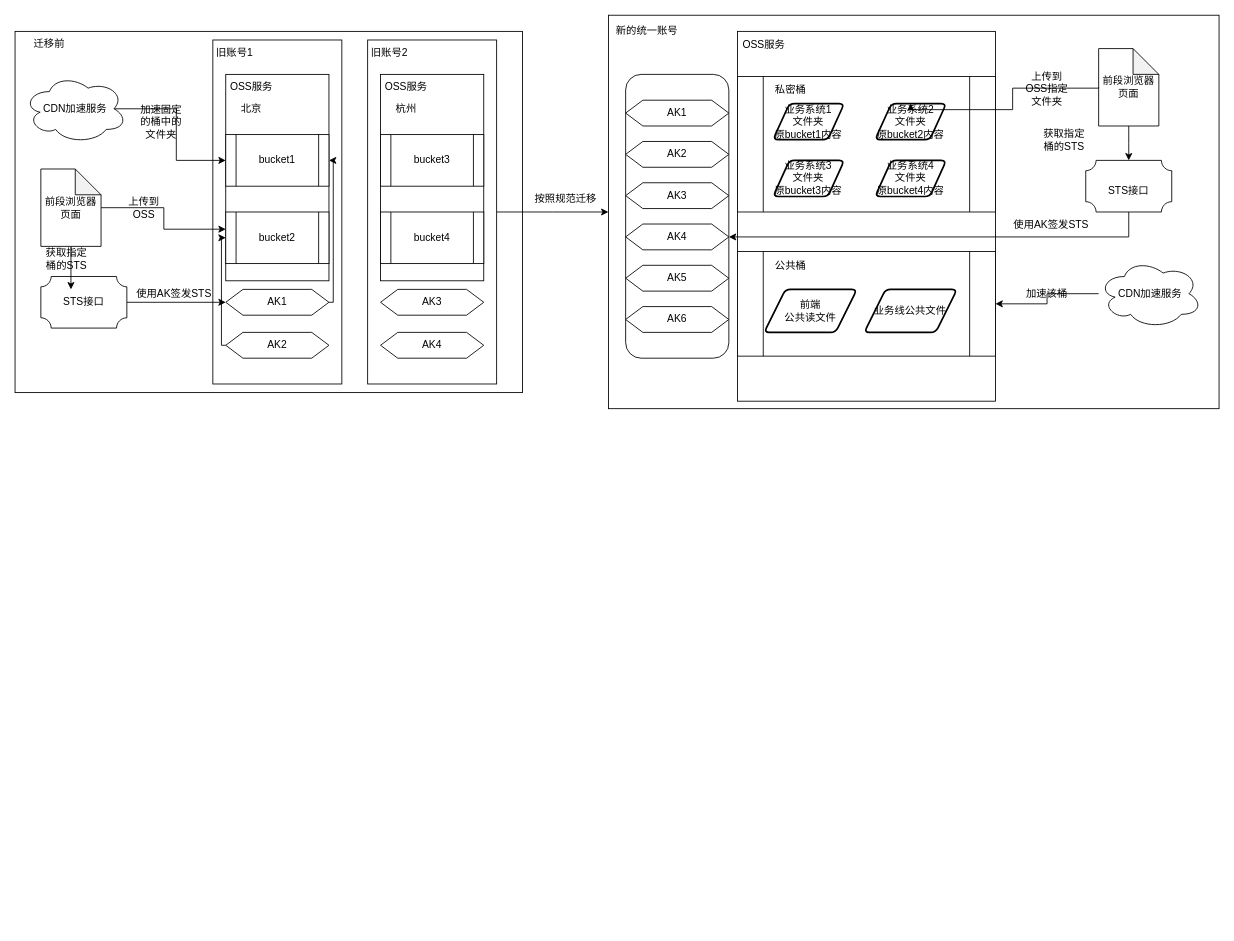
Before: 桶迁移方案.drawio in Rain-ziyu/img, a draw.io diagram. Source tidied: cells renumbered, new cells numbered last; positions are measured from the earlier drawing's top-left corner, leaving out a move shared by most shapes. Both pictures are drawn from the tidied source at 86%, with x=0, y=0 at pixel (15, 15).
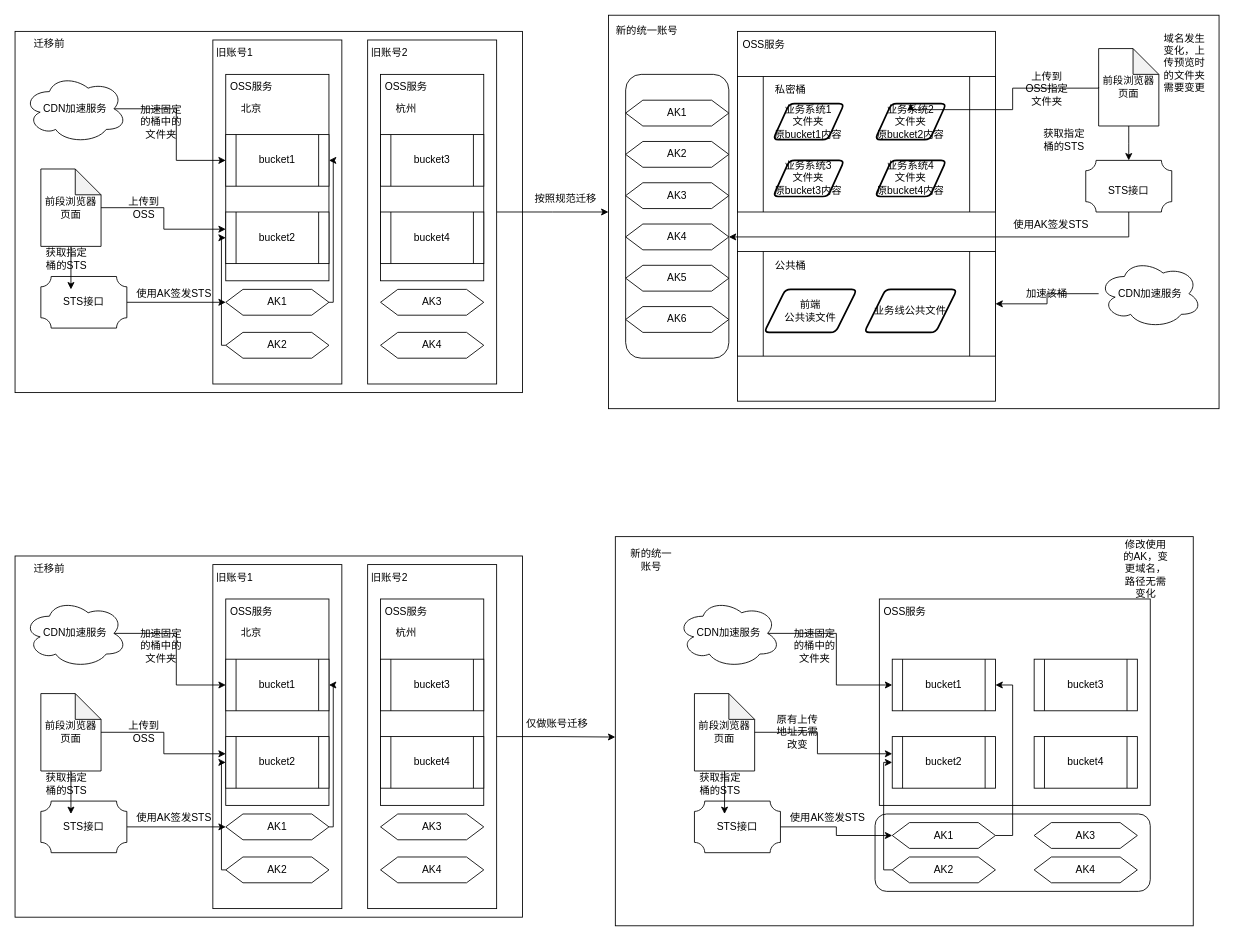
After the change.

Commit message (it also covers changes not shown here):
更新桶迁移方案.drawio

Change to the diagram source:
```diff
@@
+    <mxCell id="72" style="rounded=0;whiteSpace=wrap;html=1;" parent="1" vertex="1">
+      <mxGeometry y="629" width="590" height="420" as="geometry" />
+    </mxCell>
+    <mxCell id="73" style="rounded=0;whiteSpace=wrap;html=1;" parent="1" vertex="1">
+      <mxGeometry x="410" y="639" width="150" height="400" as="geometry" />
+    </mxCell>
+    <mxCell id="74" value="旧账号2" style="text;html=1;align=center;verticalAlign=middle;strokeColor=none;fillColor=none;" parent="1" vertex="1">
+      <mxGeometry x="400" y="639" width="70" height="30" as="geometry" />
+    </mxCell>
+    <mxCell id="75" style="rounded=0;whiteSpace=wrap;html=1;" parent="1" vertex="1">
+      <mxGeometry x="425" y="679" width="120" height="240" as="geometry" />
+    </mxCell>
+    <mxCell id="76" value="OSS服务" style="text;html=1;align=center;verticalAlign=middle;whiteSpace=wrap;rounded=0;" parent="1" vertex="1">
+      <mxGeometry x="425" y="679" width="60" height="30" as="geometry" />
+    </mxCell>
+    <mxCell id="77" value="bucket3" style="shape=process;whiteSpace=wrap;html=1;backgroundOutline=1;" parent="1" vertex="1">
+      <mxGeometry x="425" y="749" width="120" height="60" as="geometry" />
+    </mxCell>
+    <mxCell id="78" value="bucket4" style="shape=process;whiteSpace=wrap;html=1;backgroundOutline=1;" parent="1" vertex="1">
+      <mxGeometry x="425" y="839" width="120" height="60" as="geometry" />
+    </mxCell>
+    <mxCell id="79" style="rounded=0;whiteSpace=wrap;html=1;" parent="1" vertex="1">
+      <mxGeometry x="230" y="639" width="150" height="400" as="geometry" />
+    </mxCell>
+    <mxCell id="80" value="旧账号1" style="text;html=1;align=center;verticalAlign=middle;strokeColor=none;fillColor=none;" parent="1" vertex="1">
+      <mxGeometry x="220" y="639" width="70" height="30" as="geometry" />
+    </mxCell>
+    <mxCell id="81" style="rounded=0;whiteSpace=wrap;html=1;" parent="1" vertex="1">
+      <mxGeometry x="245" y="679" width="120" height="240" as="geometry" />
+    </mxCell>
+    <mxCell id="82" value="OSS服务" style="text;html=1;align=center;verticalAlign=middle;whiteSpace=wrap;rounded=0;" parent="1" vertex="1">
+      <mxGeometry x="245" y="679" width="60" height="30" as="geometry" />
+    </mxCell>
+    <mxCell id="83" value="bucket1" style="shape=process;whiteSpace=wrap;html=1;backgroundOutline=1;" parent="1" vertex="1">
+      <mxGeometry x="245" y="749" width="120" height="60" as="geometry" />
+    </mxCell>
+    <mxCell id="84" value="bucket2" style="shape=process;whiteSpace=wrap;html=1;backgroundOutline=1;" parent="1" vertex="1">
+      <mxGeometry x="245" y="839" width="120" height="60" as="geometry" />
+    </mxCell>
+    <mxCell id="85" value="迁移前" style="text;html=1;align=center;verticalAlign=middle;whiteSpace=wrap;rounded=0;" parent="1" vertex="1">
+      <mxGeometry x="10" y="629" width="60" height="30" as="geometry" />
+    </mxCell>
+    <mxCell id="86" style="edgeStyle=orthogonalEdgeStyle;rounded=0;jettySize=auto;html=1;exitX=0.875;exitY=0.5;exitDx=0;exitDy=0;exitPerimeter=0;" parent="1" edge="1" source="96" target="83">
+      <mxGeometry relative="1" as="geometry" />
+    </mxCell>
+    <mxCell id="87" value="加速固定的桶中的文件夹" style="text;html=1;align=center;verticalAlign=middle;whiteSpace=wrap;rounded=0;" parent="1" vertex="1">
+      <mxGeometry x="140" y="719" width="60" height="30" as="geometry" />
+    </mxCell>
+    <mxCell id="88" value="杭州" style="text;html=1;align=center;verticalAlign=middle;whiteSpace=wrap;rounded=0;" parent="1" vertex="1">
+      <mxGeometry x="425" y="704" width="60" height="30" as="geometry" />
+    </mxCell>
+    <mxCell id="89" value="北京" style="text;html=1;align=center;verticalAlign=middle;whiteSpace=wrap;rounded=0;" parent="1" vertex="1">
+      <mxGeometry x="245" y="704" width="60" height="30" as="geometry" />
+    </mxCell>
+    <mxCell id="90" style="edgeStyle=orthogonalEdgeStyle;rounded=0;jettySize=auto;html=1;" parent="1" edge="1" source="91" target="83">
+      <mxGeometry relative="1" as="geometry">
+        <Array as="points">
+          <mxPoint x="370" y="944" />
+          <mxPoint x="370" y="779" />
+        </Array>
+      </mxGeometry>
+    </mxCell>
+    <mxCell id="91" value="AK1" style="shape=hexagon;perimeter=hexagonPerimeter2;whiteSpace=wrap;html=1;fixedSize=1;" parent="1" vertex="1">
+      <mxGeometry x="245" y="929" width="120" height="30" as="geometry" />
+    </mxCell>
+    <mxCell id="92" value="AK4" style="shape=hexagon;perimeter=hexagonPerimeter2;whiteSpace=wrap;html=1;fixedSize=1;" parent="1" vertex="1">
+      <mxGeometry x="425" y="979" width="120" height="30" as="geometry" />
+    </mxCell>
+    <mxCell id="93" value="AK3" style="shape=hexagon;perimeter=hexagonPerimeter2;whiteSpace=wrap;html=1;fixedSize=1;" parent="1" vertex="1">
+      <mxGeometry x="425" y="929" width="120" height="30" as="geometry" />
+    </mxCell>
+    <mxCell id="94" style="edgeStyle=orthogonalEdgeStyle;rounded=0;jettySize=auto;html=1;entryX=0;entryY=0.5;entryDx=0;entryDy=0;" parent="1" edge="1" source="95" target="84">
+      <mxGeometry relative="1" as="geometry">
+        <Array as="points">
+          <mxPoint x="240" y="994" />
+          <mxPoint x="240" y="869" />
+        </Array>
+      </mxGeometry>
+    </mxCell>
+    <mxCell id="95" value="AK2" style="shape=hexagon;perimeter=hexagonPerimeter2;whiteSpace=wrap;html=1;fixedSize=1;" parent="1" vertex="1">
+      <mxGeometry x="245" y="979" width="120" height="30" as="geometry" />
+    </mxCell>
+    <mxCell id="96" value="CDN加速服务" style="ellipse;shape=cloud;whiteSpace=wrap;html=1;" parent="1" vertex="1">
+      <mxGeometry x="10" y="679" width="120" height="80" as="geometry" />
+    </mxCell>
+    <mxCell id="97" style="edgeStyle=orthogonalEdgeStyle;rounded=0;jettySize=auto;html=1;" parent="1" edge="1" source="98" target="91">
+      <mxGeometry relative="1" as="geometry" />
+    </mxCell>
+    <mxCell id="98" style="verticalLabelPosition=bottom;verticalAlign=top;html=1;shape=mxgraph.basic.plaque;dx=6;whiteSpace=wrap;" parent="1" vertex="1">
+      <mxGeometry x="30" y="914" width="100" height="60" as="geometry" />
+    </mxCell>
+    <mxCell id="99" value="STS接口" style="text;html=1;align=center;verticalAlign=middle;whiteSpace=wrap;rounded=0;" parent="1" vertex="1">
+      <mxGeometry x="50" y="929" width="60" height="30" as="geometry" />
+    </mxCell>
+    <mxCell id="100" value="使用AK签发STS" style="text;html=1;align=center;verticalAlign=middle;whiteSpace=wrap;rounded=0;" parent="1" vertex="1">
+      <mxGeometry x="140" y="919" width="90" height="30" as="geometry" />
+    </mxCell>
+    <mxCell id="101" style="edgeStyle=orthogonalEdgeStyle;rounded=0;jettySize=auto;html=1;entryX=0.25;entryY=0;entryDx=0;entryDy=0;" parent="1" edge="1" source="102" target="99">
+      <mxGeometry relative="1" as="geometry" />
+    </mxCell>
+    <mxCell id="102" value="前段浏览器页面" style="shape=note;whiteSpace=wrap;html=1;backgroundOutline=1;darkOpacity=0.05;" parent="1" vertex="1">
+      <mxGeometry x="30" y="789" width="70" height="90" as="geometry" />
+    </mxCell>
+    <mxCell id="103" value="&lt;div&gt;获取指定桶的STS&lt;/div&gt;" style="text;html=1;align=center;verticalAlign=middle;whiteSpace=wrap;rounded=0;" parent="1" vertex="1">
+      <mxGeometry x="30" y="879" width="60" height="30" as="geometry" />
+    </mxCell>
+    <mxCell id="104" style="edgeStyle=orthogonalEdgeStyle;rounded=0;jettySize=auto;html=1;" parent="1" edge="1" source="102" target="84">
+      <mxGeometry relative="1" as="geometry">
+        <Array as="points">
+          <mxPoint x="173" y="834" />
+          <mxPoint x="173" y="859" />
+        </Array>
+      </mxGeometry>
+    </mxCell>
+    <mxCell id="105" value="上传到OSS" style="text;html=1;align=center;verticalAlign=middle;whiteSpace=wrap;rounded=0;" parent="1" vertex="1">
+      <mxGeometry x="120" y="819" width="60" height="30" as="geometry" />
+    </mxCell>
+    <mxCell id="106" style="rounded=0;whiteSpace=wrap;html=1;" parent="1" vertex="1">
+      <mxGeometry x="698" y="606.5" width="672" height="452.5" as="geometry" />
+    </mxCell>
+    <mxCell id="107" style="rounded=1;whiteSpace=wrap;html=1;" parent="1" vertex="1">
+      <mxGeometry x="1000" y="929" width="320" height="90" as="geometry" />
+    </mxCell>
+    <mxCell id="108" style="edgeStyle=orthogonalEdgeStyle;rounded=0;jettySize=auto;html=1;entryX=0;entryY=0.515;entryDx=0;entryDy=0;entryPerimeter=0;" parent="1" edge="1" source="73" target="106">
+      <mxGeometry relative="1" as="geometry" />
+    </mxCell>
+    <mxCell id="109" style="rounded=0;whiteSpace=wrap;html=1;" parent="1" vertex="1">
+      <mxGeometry x="1005" y="679" width="315" height="240" as="geometry" />
+    </mxCell>
+    <mxCell id="110" value="bucket3" style="shape=process;whiteSpace=wrap;html=1;backgroundOutline=1;" parent="1" vertex="1">
+      <mxGeometry x="1185" y="749" width="120" height="60" as="geometry" />
+    </mxCell>
+    <mxCell id="111" value="bucket4" style="shape=process;whiteSpace=wrap;html=1;backgroundOutline=1;" parent="1" vertex="1">
+      <mxGeometry x="1185" y="839" width="120" height="60" as="geometry" />
+    </mxCell>
+    <mxCell id="112" value="OSS服务" style="text;html=1;align=center;verticalAlign=middle;whiteSpace=wrap;rounded=0;" parent="1" vertex="1">
+      <mxGeometry x="1005" y="679" width="60" height="30" as="geometry" />
+    </mxCell>
+    <mxCell id="113" value="bucket1" style="shape=process;whiteSpace=wrap;html=1;backgroundOutline=1;" parent="1" vertex="1">
+      <mxGeometry x="1020" y="749" width="120" height="60" as="geometry" />
+    </mxCell>
+    <mxCell id="114" value="bucket2" style="shape=process;whiteSpace=wrap;html=1;backgroundOutline=1;" parent="1" vertex="1">
+      <mxGeometry x="1020" y="839" width="120" height="60" as="geometry" />
+    </mxCell>
+    <mxCell id="115" style="edgeStyle=orthogonalEdgeStyle;rounded=0;jettySize=auto;html=1;exitX=0.875;exitY=0.5;exitDx=0;exitDy=0;exitPerimeter=0;" parent="1" edge="1" source="123" target="113">
+      <mxGeometry relative="1" as="geometry" />
+    </mxCell>
+    <mxCell id="116" value="加速固定的桶中的文件夹" style="text;html=1;align=center;verticalAlign=middle;whiteSpace=wrap;rounded=0;" parent="1" vertex="1">
+      <mxGeometry x="900" y="719" width="60" height="30" as="geometry" />
+    </mxCell>
+    <mxCell id="117" style="edgeStyle=orthogonalEdgeStyle;rounded=0;jettySize=auto;html=1;entryX=1;entryY=0.5;entryDx=0;entryDy=0;exitX=1;exitY=0.5;exitDx=0;exitDy=0;" parent="1" edge="1" source="118" target="113">
+      <mxGeometry relative="1" as="geometry">
+        <Array as="points">
+          <mxPoint x="1160" y="954" />
+          <mxPoint x="1160" y="779" />
+        </Array>
+      </mxGeometry>
+    </mxCell>
+    <mxCell id="118" value="AK1" style="shape=hexagon;perimeter=hexagonPerimeter2;whiteSpace=wrap;html=1;fixedSize=1;" parent="1" vertex="1">
+      <mxGeometry x="1020" y="939" width="120" height="30" as="geometry" />
+    </mxCell>
+    <mxCell id="119" value="AK4" style="shape=hexagon;perimeter=hexagonPerimeter2;whiteSpace=wrap;html=1;fixedSize=1;" parent="1" vertex="1">
+      <mxGeometry x="1185" y="979" width="120" height="30" as="geometry" />
+    </mxCell>
+    <mxCell id="120" value="AK3" style="shape=hexagon;perimeter=hexagonPerimeter2;whiteSpace=wrap;html=1;fixedSize=1;" parent="1" vertex="1">
+      <mxGeometry x="1185" y="939" width="120" height="30" as="geometry" />
+    </mxCell>
+    <mxCell id="121" style="edgeStyle=orthogonalEdgeStyle;rounded=0;jettySize=auto;html=1;entryX=0;entryY=0.5;entryDx=0;entryDy=0;" parent="1" edge="1" source="122" target="114">
+      <mxGeometry relative="1" as="geometry">
+        <Array as="points">
+          <mxPoint x="1010" y="994" />
+          <mxPoint x="1010" y="869" />
+        </Array>
+      </mxGeometry>
+    </mxCell>
+    <mxCell id="122" value="AK2" style="shape=hexagon;perimeter=hexagonPerimeter2;whiteSpace=wrap;html=1;fixedSize=1;" parent="1" vertex="1">
+      <mxGeometry x="1020" y="979" width="120" height="30" as="geometry" />
+    </mxCell>
+    <mxCell id="123" value="CDN加速服务" style="ellipse;shape=cloud;whiteSpace=wrap;html=1;" parent="1" vertex="1">
+      <mxGeometry x="770" y="679" width="120" height="80" as="geometry" />
+    </mxCell>
+    <mxCell id="124" style="edgeStyle=orthogonalEdgeStyle;rounded=0;jettySize=auto;html=1;" parent="1" edge="1" source="125" target="118">
+      <mxGeometry relative="1" as="geometry" />
+    </mxCell>
+    <mxCell id="125" style="verticalLabelPosition=bottom;verticalAlign=top;html=1;shape=mxgraph.basic.plaque;dx=6;whiteSpace=wrap;" parent="1" vertex="1">
+      <mxGeometry x="790" y="914" width="100" height="60" as="geometry" />
+    </mxCell>
+    <mxCell id="126" value="STS接口" style="text;html=1;align=center;verticalAlign=middle;whiteSpace=wrap;rounded=0;" parent="1" vertex="1">
+      <mxGeometry x="810" y="929" width="60" height="30" as="geometry" />
+    </mxCell>
+    <mxCell id="127" value="使用AK签发STS" style="text;html=1;align=center;verticalAlign=middle;whiteSpace=wrap;rounded=0;" parent="1" vertex="1">
+      <mxGeometry x="900" y="919" width="90" height="30" as="geometry" />
+    </mxCell>
+    <mxCell id="128" style="edgeStyle=orthogonalEdgeStyle;rounded=0;jettySize=auto;html=1;entryX=0.25;entryY=0;entryDx=0;entryDy=0;" parent="1" edge="1" source="129" target="126">
+      <mxGeometry relative="1" as="geometry" />
+    </mxCell>
+    <mxCell id="129" value="前段浏览器页面" style="shape=note;whiteSpace=wrap;html=1;backgroundOutline=1;darkOpacity=0.05;" parent="1" vertex="1">
+      <mxGeometry x="790" y="789" width="70" height="90" as="geometry" />
+    </mxCell>
+    <mxCell id="130" value="&lt;div&gt;获取指定桶的STS&lt;/div&gt;" style="text;html=1;align=center;verticalAlign=middle;whiteSpace=wrap;rounded=0;" parent="1" vertex="1">
+      <mxGeometry x="790" y="879" width="60" height="30" as="geometry" />
+    </mxCell>
+    <mxCell id="131" style="edgeStyle=orthogonalEdgeStyle;rounded=0;jettySize=auto;html=1;" parent="1" edge="1" source="129" target="114">
+      <mxGeometry relative="1" as="geometry">
+        <Array as="points">
+          <mxPoint x="933" y="834" />
+          <mxPoint x="933" y="859" />
+        </Array>
+      </mxGeometry>
+    </mxCell>
+    <mxCell id="132" value="原有上传地址无需改变" style="text;html=1;align=center;verticalAlign=middle;whiteSpace=wrap;rounded=0;" parent="1" vertex="1">
+      <mxGeometry x="880" y="819" width="60" height="30" as="geometry" />
+    </mxCell>
+    <mxCell id="133" value="新的统一账号" style="text;html=1;align=center;verticalAlign=middle;whiteSpace=wrap;rounded=0;" parent="1" vertex="1">
+      <mxGeometry x="710" y="619" width="60" height="30" as="geometry" />
+    </mxCell>
+    <mxCell id="134" value="仅做账号迁移" style="text;html=1;align=center;verticalAlign=middle;strokeColor=none;fillColor=none;" parent="1" vertex="1">
+      <mxGeometry x="580" y="809" width="100" height="30" as="geometry" />
+    </mxCell>
+    <mxCell id="135" value="域名发生变化，上传预览时的文件夹需要变更" style="text;html=1;align=center;verticalAlign=middle;whiteSpace=wrap;rounded=0;" parent="1" vertex="1">
+      <mxGeometry x="1330" y="41.4" width="60" height="30" as="geometry" />
+    </mxCell>
+    <mxCell id="136" value="修改使用的AK，变更域名，路径无需变化" style="text;html=1;align=center;verticalAlign=middle;whiteSpace=wrap;rounded=0;" parent="1" vertex="1">
+      <mxGeometry x="1285" y="629" width="60" height="30" as="geometry" />
+    </mxCell>
```
